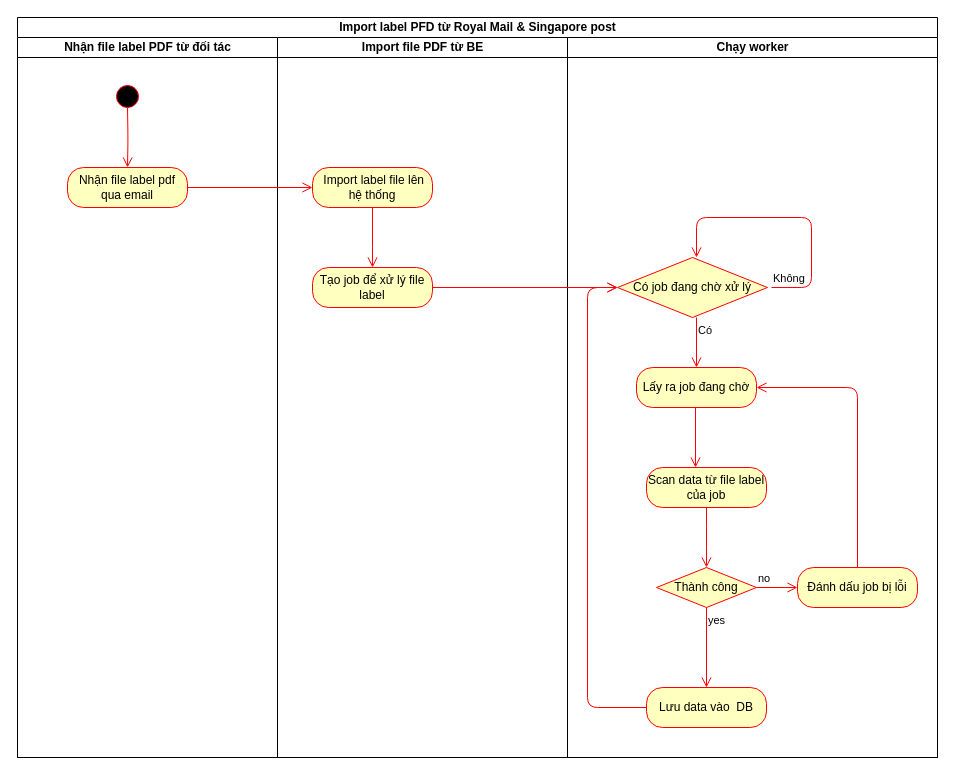
Before: foobla-label-service-diagram.drawio in CurlerRoo/test, a draw.io diagram. Source tidied: cells renumbered, new cells numbered last; positions are measured from the earlier drawing's top-left corner, leaving out a move shared by most shapes. Both pictures are drawn from the tidied source at 100%, with x=0, y=0 at pixel (17, 17).
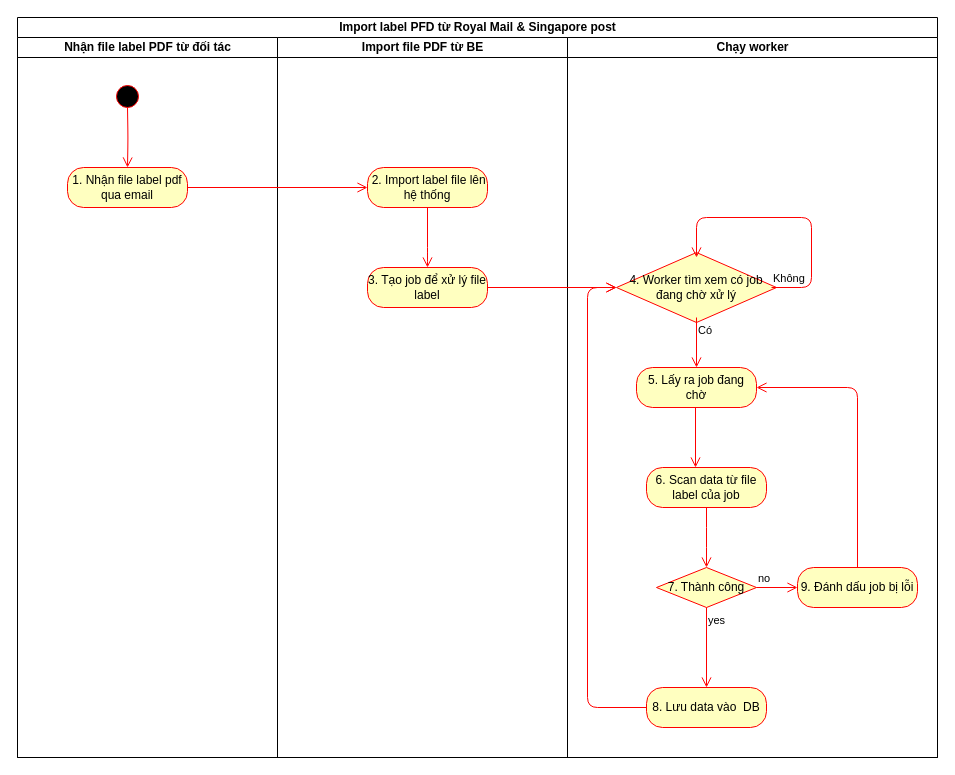
Above is the later version.

Unchanged cells that the change refers to:
```xml
<mxCell id="3" value="Nhận file label PDF từ đối tác" style="swimlane;html=1;startSize=20;" parent="2" vertex="1">
  <mxGeometry y="20" width="260" height="720" as="geometry" />
</mxCell>
<mxCell id="7" value="Import file PDF từ BE" style="swimlane;html=1;startSize=20;" parent="2" vertex="1">
  <mxGeometry x="260" y="20" width="290" height="720" as="geometry" />
</mxCell>
<mxCell id="11" value="Chạy worker" style="swimlane;html=1;startSize=20;" parent="2" vertex="1">
  <mxGeometry x="550" y="20" width="370" height="720" as="geometry" />
</mxCell>
```

Change to the diagram source:
```diff
@@
-    <mxCell id="6" value="Nhận file label pdf qua email" style="rounded=1;whiteSpace=wrap;html=1;arcSize=40;fontColor=#000000;fillColor=#ffffc0;strokeColor=#ff0000;" parent="3" vertex="1">
+    <mxCell id="6" value="1. Nhận file label pdf qua email" style="rounded=1;whiteSpace=wrap;html=1;arcSize=40;fontColor=#000000;fillColor=#ffffc0;strokeColor=#ff0000;" parent="3" vertex="1">
       <mxGeometry x="50" y="130" width="120" height="40" as="geometry" />
     </mxCell>
@@
-    <mxCell id="8" value="&amp;nbsp;Import label file lên hệ thống" style="rounded=1;whiteSpace=wrap;html=1;arcSize=40;fontColor=#000000;fillColor=#ffffc0;strokeColor=#ff0000;" parent="7" vertex="1">
-      <mxGeometry x="35" y="130" width="120" height="40" as="geometry" />
+    <mxCell id="8" value="&amp;nbsp;2. Import label file lên hệ thống" style="rounded=1;whiteSpace=wrap;html=1;arcSize=40;fontColor=#000000;fillColor=#ffffc0;strokeColor=#ff0000;" parent="7" vertex="1">
+      <mxGeometry x="90" y="130" width="120" height="40" as="geometry" />
     </mxCell>
-    <mxCell id="9" value="Tạo job để xử lý file label" style="rounded=1;whiteSpace=wrap;html=1;arcSize=40;fontColor=#000000;fillColor=#ffffc0;strokeColor=#ff0000;" parent="7" vertex="1">
-      <mxGeometry x="35" y="230" width="120" height="40" as="geometry" />
+    <mxCell id="9" value="3. Tạo job để xử lý file label" style="rounded=1;whiteSpace=wrap;html=1;arcSize=40;fontColor=#000000;fillColor=#ffffc0;strokeColor=#ff0000;" parent="7" vertex="1">
+      <mxGeometry x="90" y="230" width="120" height="40" as="geometry" />
     </mxCell>
-    <mxCell id="10" style="edgeStyle=orthogonalEdgeStyle;html=1;verticalAlign=bottom;endArrow=open;endSize=8;strokeColor=#ff0000;entryX=0.5;entryY=0;entryDx=0;entryDy=0;" parent="7" edge="1" source="8" target="9">
+    <mxCell id="10" style="edgeStyle=orthogonalEdgeStyle;html=1;verticalAlign=bottom;endArrow=open;endSize=8;strokeColor=#ff0000;entryX=0.5;entryY=0;entryDx=0;entryDy=0;exitX=0.5;exitY=1;exitDx=0;exitDy=0;" parent="7" edge="1" source="8" target="9">
       <mxGeometry relative="1" as="geometry">
         <Array as="points">
-          <mxPoint x="95" y="220" />
-          <mxPoint x="95" y="220" />
+          <mxPoint x="150" y="220" />
+          <mxPoint x="150" y="220" />
         </Array>
       </mxGeometry>
     </mxCell>
@@
-    <mxCell id="12" value="Có job đang chờ xử lý" style="rhombus;whiteSpace=wrap;html=1;fillColor=#ffffc0;strokeColor=#ff0000;" parent="11" vertex="1">
-      <mxGeometry x="50" y="220" width="150" height="60" as="geometry" />
+    <mxCell id="12" value="4. Worker tìm xem có job đang chờ xử lý" style="rhombus;whiteSpace=wrap;html=1;fillColor=#ffffc0;strokeColor=#ff0000;" parent="11" vertex="1">
+      <mxGeometry x="49" y="215" width="160" height="70" as="geometry" />
     </mxCell>
@@
-    <mxCell id="15" value="Lấy ra job đang chờ" style="rounded=1;whiteSpace=wrap;html=1;arcSize=40;fontColor=#000000;fillColor=#ffffc0;strokeColor=#ff0000;" parent="11" vertex="1">
+    <mxCell id="15" value="5. Lấy ra job đang chờ" style="rounded=1;whiteSpace=wrap;html=1;arcSize=40;fontColor=#000000;fillColor=#ffffc0;strokeColor=#ff0000;" parent="11" vertex="1">
       <mxGeometry x="69" y="330" width="120" height="40" as="geometry" />
     </mxCell>
@@
-    <mxCell id="17" value="Scan data từ file label của job" style="rounded=1;whiteSpace=wrap;html=1;arcSize=40;fontColor=#000000;fillColor=#ffffc0;strokeColor=#ff0000;" parent="11" vertex="1">
+    <mxCell id="17" value="6. Scan data từ file label của job" style="rounded=1;whiteSpace=wrap;html=1;arcSize=40;fontColor=#000000;fillColor=#ffffc0;strokeColor=#ff0000;" parent="11" vertex="1">
       <mxGeometry x="79" y="430" width="120" height="40" as="geometry" />
     </mxCell>
@@
-    <mxCell id="19" value="Thành công" style="rhombus;whiteSpace=wrap;html=1;fillColor=#ffffc0;strokeColor=#ff0000;" parent="11" vertex="1">
+    <mxCell id="19" value="7. Thành công" style="rhombus;whiteSpace=wrap;html=1;fillColor=#ffffc0;strokeColor=#ff0000;" parent="11" vertex="1">
       <mxGeometry x="89" y="530" width="100" height="40" as="geometry" />
     </mxCell>
-    <mxCell id="20" value="Lưu data vào &amp;nbsp;DB" style="rounded=1;whiteSpace=wrap;html=1;arcSize=40;fontColor=#000000;fillColor=#ffffc0;strokeColor=#ff0000;" parent="11" vertex="1">
+    <mxCell id="20" value="8. Lưu data vào &amp;nbsp;DB" style="rounded=1;whiteSpace=wrap;html=1;arcSize=40;fontColor=#000000;fillColor=#ffffc0;strokeColor=#ff0000;" parent="11" vertex="1">
       <mxGeometry x="79" y="650" width="120" height="40" as="geometry" />
     </mxCell>
@@
-    <mxCell id="23" value="Đánh dấu job bị lỗi" style="rounded=1;whiteSpace=wrap;html=1;arcSize=40;fontColor=#000000;fillColor=#ffffc0;strokeColor=#ff0000;" parent="11" vertex="1">
+    <mxCell id="23" value="9. Đánh dấu job bị lỗi" style="rounded=1;whiteSpace=wrap;html=1;arcSize=40;fontColor=#000000;fillColor=#ffffc0;strokeColor=#ff0000;" parent="11" vertex="1">
       <mxGeometry x="230" y="530" width="120" height="40" as="geometry" />
     </mxCell>
```
